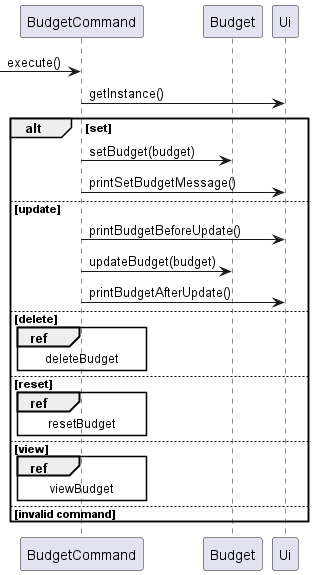
Earlier version of the PlantUML export docs/images/Budget.png (nus-cs2113-AY2324S1/tp).
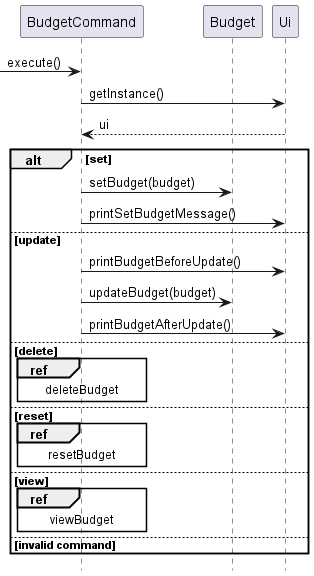
After the change.

Change to the diagram source:
```diff
@@ -6,6 +6,7 @@
 
 -> BudgetCommand: execute()
 BudgetCommand -> Ui: getInstance()
+return ui
 
 alt set
     BudgetCommand -> Budget: setBudget(budget)
@@ -23,5 +24,5 @@
 else invalid command
 end
 
-
+hide footbox
 @enduml
```
